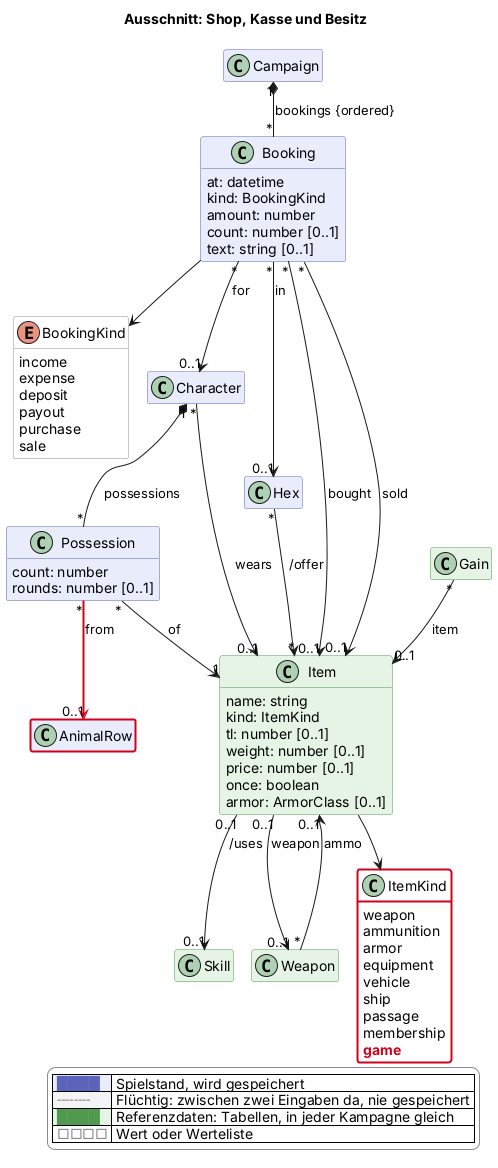
Earlier version of the PlantUML export docs/views/shop.png (scuzzar/SRE).
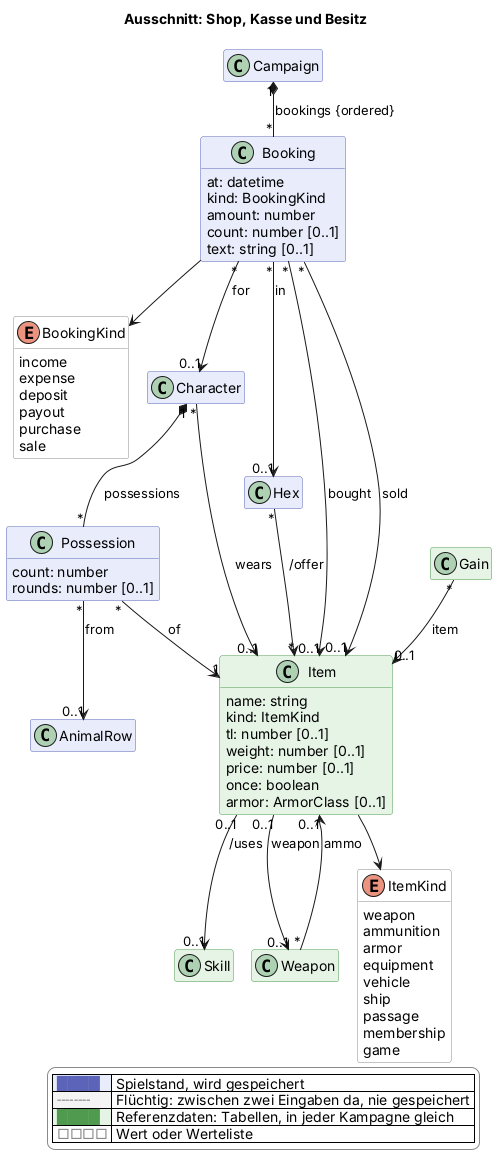
Later version of the same file.

Change to the diagram source:
```diff
@@ -115,7 +115,7 @@
     ship
     passage
     membership
-    $new("2026-11-13", "game")
+    game
   }
 
 Campaign "1" *-- "*" Booking : bookings {ordered}
@@ -138,7 +138,7 @@
 Weapon "*" --> "0..1" Item : ammo
 Hex "*" --> "*" Item : /offer
 
-Possession "*" -$newArrow("2026-11-13")-> "0..1" AnimalRow : from
+Possession "*" --> "0..1" AnimalRow : from
 
 
 
@@ -152,6 +152,4 @@
   |<#e6f4e6> <color:#4f9a4f>████</color> | Referenzdaten: Tabellen, in jeder Kampagne gleich |
   |<#ffffff> <color:#8a8a8a>□□□□</color> | Wert oder Werteliste |
 endlegend
-class AnimalRow #line:d0021b;line.bold
-class ItemKind #line:d0021b;line.bold
 @enduml
```
